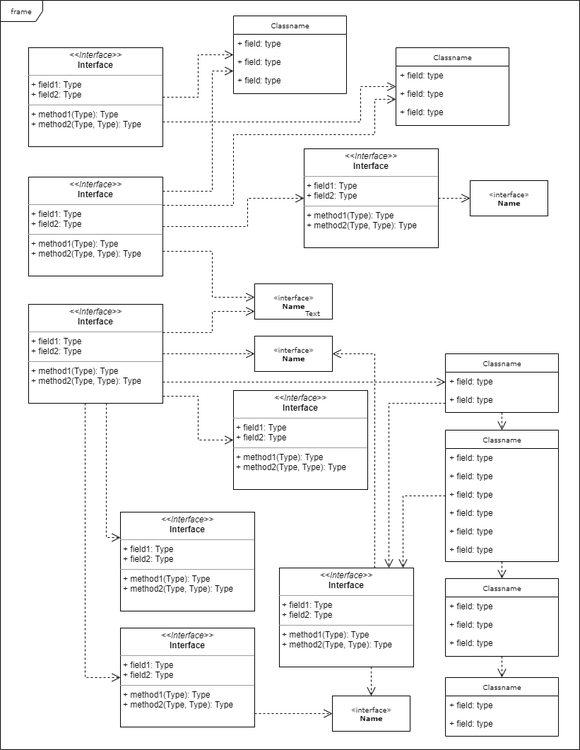
Above: lab2.drawio.png in Gamurar/test (draw.io), before the change. Source tidied: cells renumbered, new cells last; positions are measured from the earlier drawing's top-left corner, leaving out a move shared by most shapes.
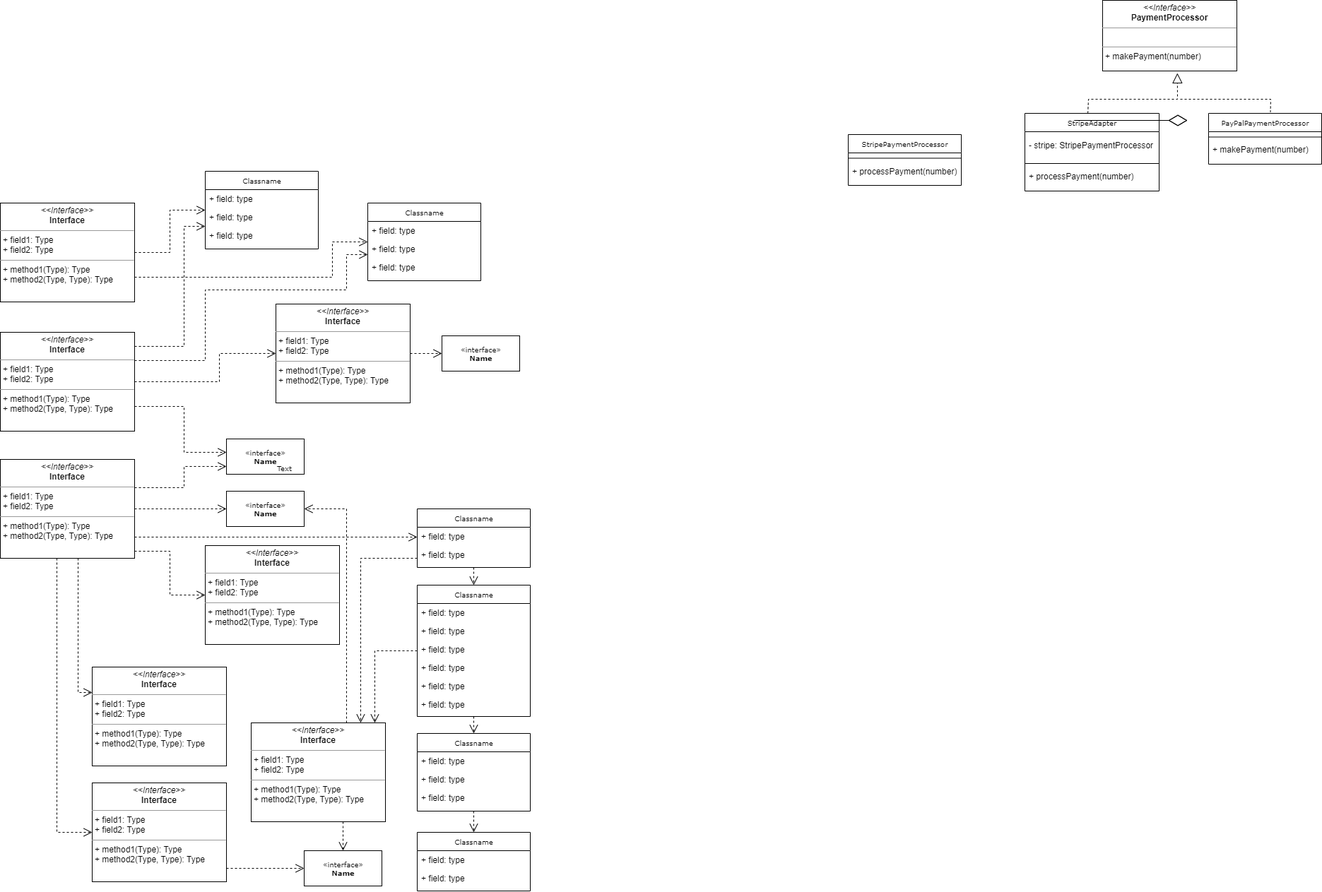
Later version of the same file.

The edit, as a diff of the source:
```diff
@@ -2,9 +2,6 @@
   <root>
     <mxCell id="0" />
     <mxCell id="1" parent="0" />
-    <mxCell id="2" value="frame" style="shape=umlFrame;whiteSpace=wrap;html=1;rounded=0;shadow=0;comic=0;labelBackgroundColor=none;strokeWidth=1;fontFamily=Verdana;fontSize=10;align=center;" parent="1" vertex="1">
-      <mxGeometry width="820" height="1060" as="geometry" />
-    </mxCell>
     <mxCell id="3" style="edgeStyle=orthogonalEdgeStyle;rounded=0;html=1;dashed=1;labelBackgroundColor=none;startFill=0;endArrow=open;endFill=0;endSize=10;fontFamily=Verdana;fontSize=10;" parent="1" edge="1" source="5" target="35">
       <mxGeometry relative="1" as="geometry">
         <Array as="points">
@@ -254,5 +251,66 @@
         </Array>
       </mxGeometry>
     </mxCell>
+    <mxCell id="62" value="PayPalPaymentProcessor" style="swimlane;html=1;fontStyle=0;horizontal=1;startSize=26;fillColor=none;swimlaneFillColor=#ffffff;rounded=0;shadow=0;comic=0;labelBackgroundColor=none;strokeWidth=1;fontFamily=Verdana;fontSize=10;align=center;" parent="1" vertex="1">
+      <mxGeometry x="1750" y="-60" width="160" height="72" as="geometry" />
+    </mxCell>
+    <mxCell id="63" style="line;strokeWidth=1;fillColor=none;align=left;verticalAlign=middle;spacingTop=-1;spacingLeft=3;spacingRight=3;labelPosition=right;strokeColor=inherit;" parent="62" vertex="1">
+      <mxGeometry y="26" width="160" height="15" as="geometry" />
+    </mxCell>
+    <mxCell id="64" value="+ makePayment(number)" style="text;html=1;strokeColor=none;fillColor=none;align=left;verticalAlign=middle;spacingLeft=4;spacingRight=4;whiteSpace=wrap;overflow=hidden;" parent="62" vertex="1">
+      <mxGeometry y="41" width="160" height="22" as="geometry" />
+    </mxCell>
+    <mxCell id="65" value="StripePaymentProcessor" style="swimlane;html=1;fontStyle=0;horizontal=1;startSize=26;fillColor=none;swimlaneFillColor=#ffffff;rounded=0;shadow=0;comic=0;labelBackgroundColor=none;strokeWidth=1;fontFamily=Verdana;fontSize=10;align=center;" parent="1" vertex="1">
+      <mxGeometry x="1240" y="-30" width="160" height="72" as="geometry" />
+    </mxCell>
+    <mxCell id="66" style="line;strokeWidth=1;fillColor=none;align=left;verticalAlign=middle;spacingTop=-1;spacingLeft=3;spacingRight=3;labelPosition=right;strokeColor=inherit;" parent="65" vertex="1">
+      <mxGeometry y="26" width="160" height="15" as="geometry" />
+    </mxCell>
+    <mxCell id="67" value="+ processPayment(number)" style="text;html=1;strokeColor=none;fillColor=none;align=left;verticalAlign=middle;spacingLeft=4;spacingRight=4;whiteSpace=wrap;overflow=hidden;" parent="65" vertex="1">
+      <mxGeometry y="41" width="160" height="24" as="geometry" />
+    </mxCell>
+    <mxCell id="68" value="&lt;p style=&quot;margin:0px;margin-top:4px;text-align:center;&quot;&gt;&lt;i&gt;&amp;lt;&amp;lt;Interface&amp;gt;&amp;gt;&lt;/i&gt;&lt;br&gt;&lt;b&gt;PaymentProcessor&lt;/b&gt;&lt;/p&gt;&lt;hr size=&quot;1&quot;&gt;&lt;p style=&quot;margin:0px;margin-left:4px;&quot;&gt;&lt;br&gt;&lt;/p&gt;&lt;hr size=&quot;1&quot;&gt;&lt;p style=&quot;margin:0px;margin-left:4px;&quot;&gt;+ makePayment(number)&lt;br&gt;&lt;/p&gt;" style="verticalAlign=top;align=left;overflow=fill;fontSize=12;fontFamily=Helvetica;html=1;rounded=0;shadow=0;comic=0;labelBackgroundColor=none;strokeWidth=1;" parent="1" vertex="1">
+      <mxGeometry x="1600" y="-220" width="190" height="100" as="geometry" />
+    </mxCell>
+    <mxCell id="69" value="StripeAdapter" style="swimlane;html=1;fontStyle=0;horizontal=1;startSize=26;fillColor=none;swimlaneFillColor=#ffffff;rounded=0;shadow=0;comic=0;labelBackgroundColor=none;strokeWidth=1;fontFamily=Verdana;fontSize=10;align=center;" parent="1" vertex="1">
+      <mxGeometry x="1490" y="-60" width="190" height="110" as="geometry" />
+    </mxCell>
+    <mxCell id="70" value="- stripe: StripePaymentProcessor" style="text;html=1;strokeColor=none;fillColor=none;align=left;verticalAlign=middle;spacingLeft=4;spacingRight=4;whiteSpace=wrap;overflow=hidden;" parent="69" vertex="1">
+      <mxGeometry y="26" width="190" height="40" as="geometry" />
+    </mxCell>
+    <mxCell id="71" style="line;strokeWidth=1;fillColor=none;align=left;verticalAlign=middle;spacingTop=-1;spacingLeft=3;spacingRight=3;labelPosition=right;strokeColor=inherit;" parent="69" vertex="1">
+      <mxGeometry y="66" width="190" height="10" as="geometry" />
+    </mxCell>
+    <mxCell id="72" value="+ processPayment(number)" style="text;html=1;strokeColor=none;fillColor=none;align=left;verticalAlign=top;spacingLeft=4;spacingRight=4;whiteSpace=wrap;overflow=hidden;" parent="69" vertex="1">
+      <mxGeometry y="76" width="190" height="30" as="geometry" />
+    </mxCell>
+    <mxCell id="73" style="endArrow=block;dashed=1;endFill=0;endSize=12;html=1;rounded=0;exitX=0.469;exitY=0;exitDx=0;exitDy=0;exitPerimeter=0;entryX=0.557;entryY=1.03;entryDx=0;entryDy=0;entryPerimeter=0;" parent="1" edge="1" source="69" target="68">
+      <mxGeometry relative="1" as="geometry">
+        <Array as="points">
+          <mxPoint x="1580" y="-80" />
+          <mxPoint x="1706" y="-80" />
+        </Array>
+      </mxGeometry>
+    </mxCell>
+    <mxCell id="74" style="endArrow=none;dashed=1;html=1;rounded=0;entryX=0.547;entryY=-0.028;entryDx=0;entryDy=0;entryPerimeter=0;" parent="1" edge="1" target="62">
+      <mxGeometry relative="1" as="geometry">
+        <mxPoint x="1710" y="-80" as="sourcePoint" />
+        <Array as="points">
+          <mxPoint x="1838" y="-80" />
+        </Array>
+      </mxGeometry>
+    </mxCell>
+    <mxCell id="75" style="endArrow=diamondThin;endFill=0;endSize=24;html=1;rounded=0;" parent="1" edge="1">
+      <mxGeometry relative="1" as="geometry">
+        <mxPoint x="1560" y="-50" as="sourcePoint" />
+        <mxPoint x="1720" y="-50" as="targetPoint" />
+      </mxGeometry>
+    </mxCell>
+    <mxCell id="76" style="endArrow=diamondThin;endFill=0;endSize=24;html=1;rounded=0;" parent="1" edge="1">
+      <mxGeometry relative="1" as="geometry">
+        <mxPoint x="1560" y="-50" as="sourcePoint" />
+        <mxPoint x="1720" y="-50" as="targetPoint" />
+      </mxGeometry>
+    </mxCell>
   </root>
 </mxGraphModel>
```
